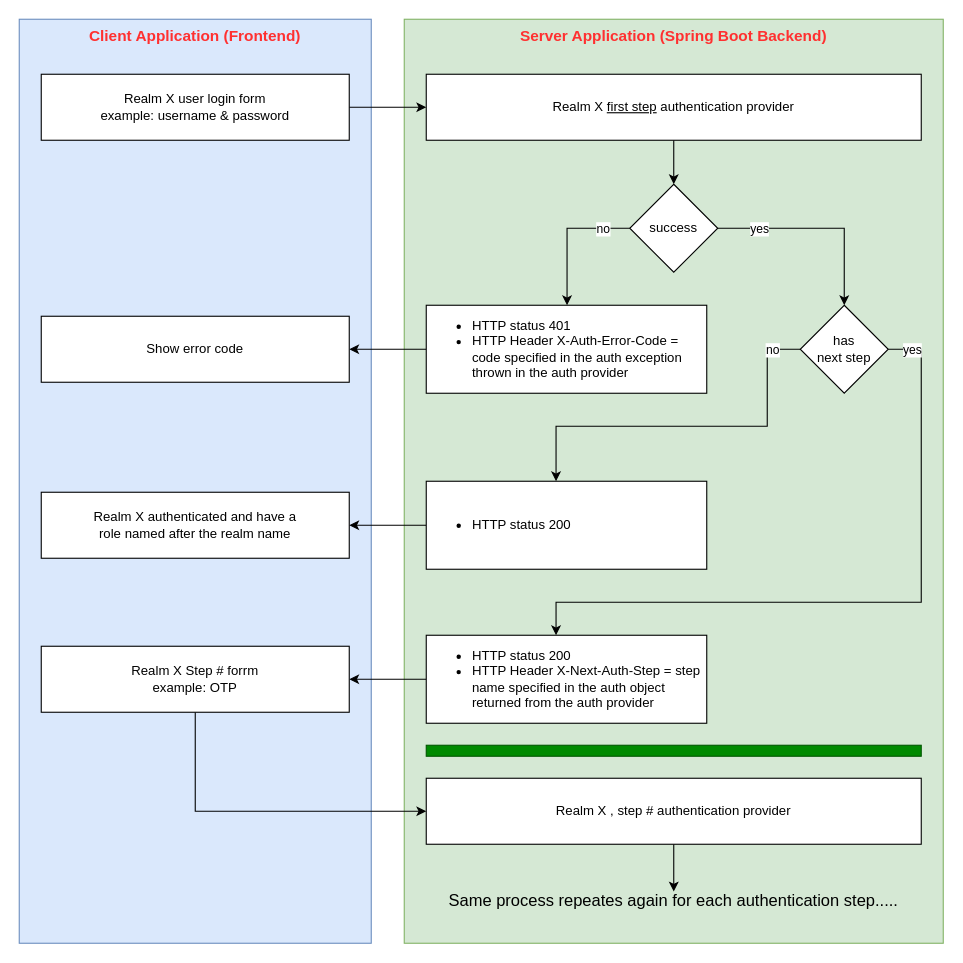
Before: docs/spring-boot-starter-multi-security-realms.drawio in coder966/spring-boot-starter-multi-security-realms, a draw.io diagram. Source tidied: cells renumbered, new cells numbered last; positions are measured from the earlier drawing's top-left corner, leaving out a move shared by most shapes. Both pictures are drawn from the tidied source at 110%, with x=0, y=0 at pixel (19, 19).
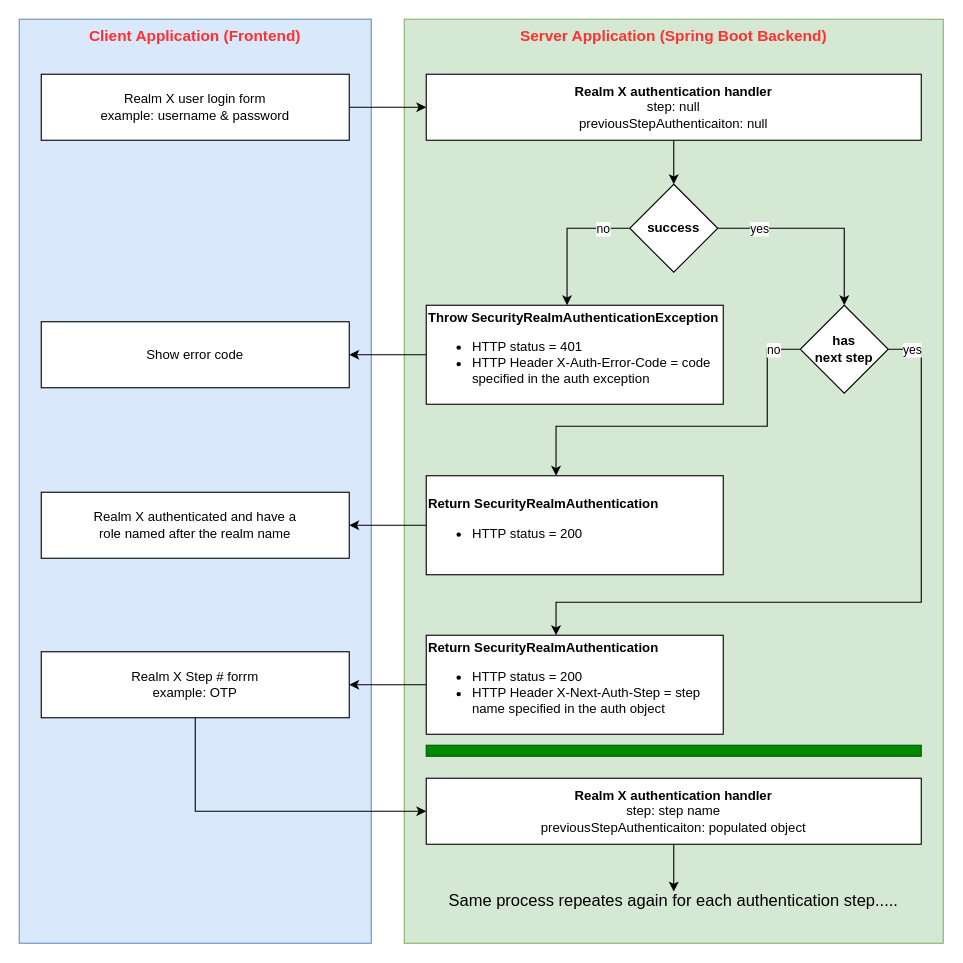
The same page after the edit.

Commit message (it also covers changes not shown here):
support joining JPA sessions in the authentication handler

Diff of the diagram source:
```diff
@@
-    <mxCell id="7" value="Realm X&amp;nbsp;&lt;u&gt;first step&lt;/u&gt; authentication provider" style="rounded=0;whiteSpace=wrap;html=1;" parent="1" vertex="1">
+    <mxCell id="7" value="&lt;b&gt;Realm X&amp;nbsp;authentication handler&lt;br&gt;&lt;/b&gt;&lt;div style=&quot;&quot;&gt;&lt;span style=&quot;background-color: initial;&quot;&gt;step: null&lt;/span&gt;&lt;/div&gt;&lt;div style=&quot;&quot;&gt;&lt;span style=&quot;background-color: initial;&quot;&gt;previousStepAuthenticaiton: null&lt;/span&gt;&lt;/div&gt;" style="rounded=0;whiteSpace=wrap;html=1;" parent="1" vertex="1">
       <mxGeometry x="370" y="50" width="450" height="60" as="geometry" />
     </mxCell>
@@
-    <mxCell id="13" value="success" style="rhombus;whiteSpace=wrap;html=1;" parent="1" vertex="1">
+    <mxCell id="13" value="success" style="rhombus;whiteSpace=wrap;html=1;fontStyle=1;" parent="1" vertex="1">
       <mxGeometry x="555" y="150" width="80" height="80" as="geometry" />
     </mxCell>
@@
-    <mxCell id="18" value="has &lt;br&gt;next step" style="rhombus;whiteSpace=wrap;html=1;" parent="1" vertex="1">
+    <mxCell id="18" value="has &lt;br&gt;next step" style="rhombus;whiteSpace=wrap;html=1;fontStyle=1;" parent="1" vertex="1">
       <mxGeometry x="710" y="260" width="80" height="80" as="geometry" />
     </mxCell>
@@
-    <mxCell id="20" value="&lt;ul&gt;&lt;li&gt;HTTP status 401&lt;/li&gt;&lt;li&gt;HTTP Header&amp;nbsp;X-Auth-Error-Code = code specified in the auth exception thrown in the auth provider&lt;/li&gt;&lt;/ul&gt;" style="rounded=0;whiteSpace=wrap;html=1;align=left;" parent="1" vertex="1">
-      <mxGeometry x="370" y="260" width="255" height="80" as="geometry" />
+    <mxCell id="20" value="&lt;div&gt;&lt;b&gt;Throw&amp;nbsp;SecurityRealmAuthenticationException&lt;/b&gt;&lt;/div&gt;&lt;ul&gt;&lt;li&gt;HTTP status = 401&lt;/li&gt;&lt;li&gt;HTTP Header&amp;nbsp;X-Auth-Error-Code = code specified in the auth exception&lt;/li&gt;&lt;/ul&gt;" style="rounded=0;whiteSpace=wrap;html=1;align=left;" parent="1" vertex="1">
+      <mxGeometry x="370" y="260" width="270" height="90" as="geometry" />
     </mxCell>
@@
-    <mxCell id="22" value="&lt;ul&gt;&lt;li&gt;HTTP status 200&lt;/li&gt;&lt;li&gt;HTTP Header X-Next-Auth-Step = step name specified in the auth object returned from the auth provider&lt;br&gt;&lt;/li&gt;&lt;/ul&gt;" style="rounded=0;whiteSpace=wrap;html=1;align=left;" parent="1" vertex="1">
-      <mxGeometry x="370" y="560" width="255" height="80" as="geometry" />
+    <mxCell id="22" value="&lt;div&gt;&lt;b&gt;Return&amp;nbsp;SecurityRealmAuthentication&lt;/b&gt;&lt;/div&gt;&lt;ul&gt;&lt;li&gt;HTTP status = 200&lt;/li&gt;&lt;li&gt;HTTP Header X-Next-Auth-Step = step name specified in the auth object&lt;br&gt;&lt;/li&gt;&lt;/ul&gt;" style="rounded=0;whiteSpace=wrap;html=1;align=left;" parent="1" vertex="1">
+      <mxGeometry x="370" y="560" width="270" height="90" as="geometry" />
     </mxCell>
@@
-    <mxCell id="24" value="&lt;ul&gt;&lt;li&gt;HTTP status 200&lt;/li&gt;&lt;/ul&gt;" style="rounded=0;whiteSpace=wrap;html=1;align=left;" parent="1" vertex="1">
-      <mxGeometry x="370" y="420" width="255" height="80" as="geometry" />
+    <mxCell id="24" value="&lt;div&gt;&lt;div style=&quot;border-color: var(--border-color);&quot;&gt;&lt;b style=&quot;border-color: var(--border-color);&quot;&gt;Return&amp;nbsp;SecurityRealmAuthentication&lt;/b&gt;&lt;/div&gt;&lt;ul style=&quot;border-color: var(--border-color);&quot;&gt;&lt;/ul&gt;&lt;/div&gt;&lt;ul&gt;&lt;li&gt;HTTP status = 200&lt;/li&gt;&lt;/ul&gt;" style="rounded=0;whiteSpace=wrap;html=1;align=left;" parent="1" vertex="1">
+      <mxGeometry x="370" y="415" width="270" height="90" as="geometry" />
     </mxCell>
@@
     <mxCell id="26" value="Realm X Step # forrm&lt;br&gt;example: OTP" style="rounded=0;whiteSpace=wrap;html=1;" parent="1" vertex="1">
-      <mxGeometry x="20" y="570" width="280" height="60" as="geometry" />
+      <mxGeometry x="20" y="575" width="280" height="60" as="geometry" />
     </mxCell>
     <mxCell id="27" value="Show error code" style="rounded=0;whiteSpace=wrap;html=1;" parent="1" vertex="1">
-      <mxGeometry x="20" y="270" width="280" height="60" as="geometry" />
+      <mxGeometry x="20" y="275" width="280" height="60" as="geometry" />
     </mxCell>
@@
-    <mxCell id="29" value="Realm X , step #&amp;nbsp;authentication provider" style="rounded=0;whiteSpace=wrap;html=1;" parent="1" vertex="1">
+    <mxCell id="29" value="&lt;b&gt;Realm X&amp;nbsp;authentication handler&lt;br style=&quot;border-color: var(--border-color);&quot;&gt;&lt;/b&gt;&lt;div style=&quot;border-color: var(--border-color);&quot;&gt;step: step name&lt;/div&gt;&lt;div style=&quot;border-color: var(--border-color);&quot;&gt;&lt;span style=&quot;border-color: var(--border-color); background-color: initial;&quot;&gt;previousStepAuthenticaiton: populated object&lt;/span&gt;&lt;/div&gt;" style="rounded=0;whiteSpace=wrap;html=1;" parent="1" vertex="1">
       <mxGeometry x="370" y="690" width="450" height="60" as="geometry" />
     </mxCell>
```
